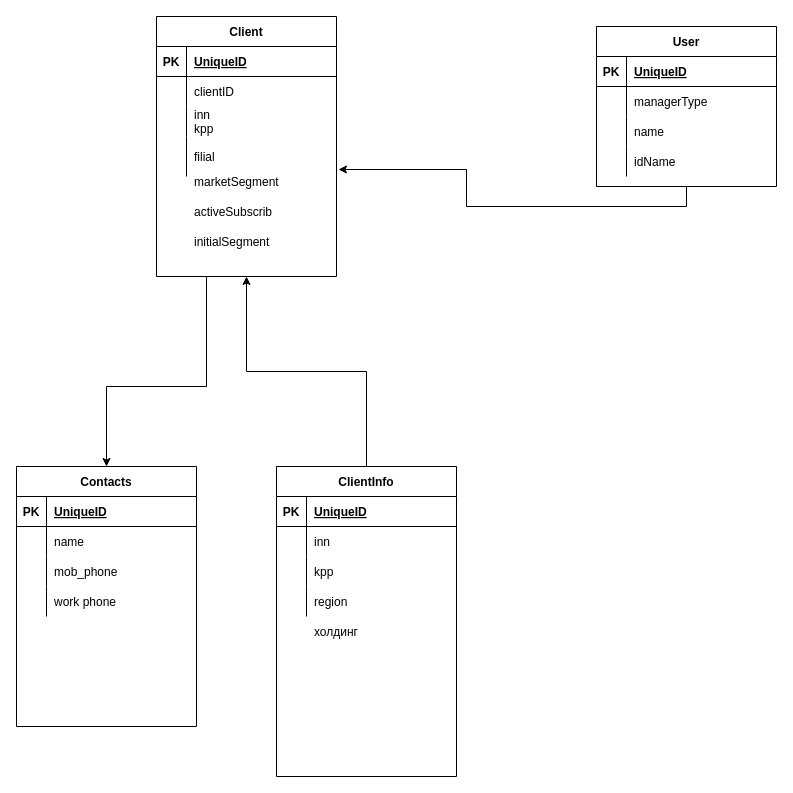
The draw.io diagram Untitled Diagram.drawio in AndyReigan/Mercator, before the edit. Source tidied: cells renumbered, new cells numbered last; positions are measured from the earlier drawing's top-left corner, leaving out a move shared by most shapes. Both pictures are drawn from the tidied source at 100%, with x=0, y=0 at pixel (16, 16).
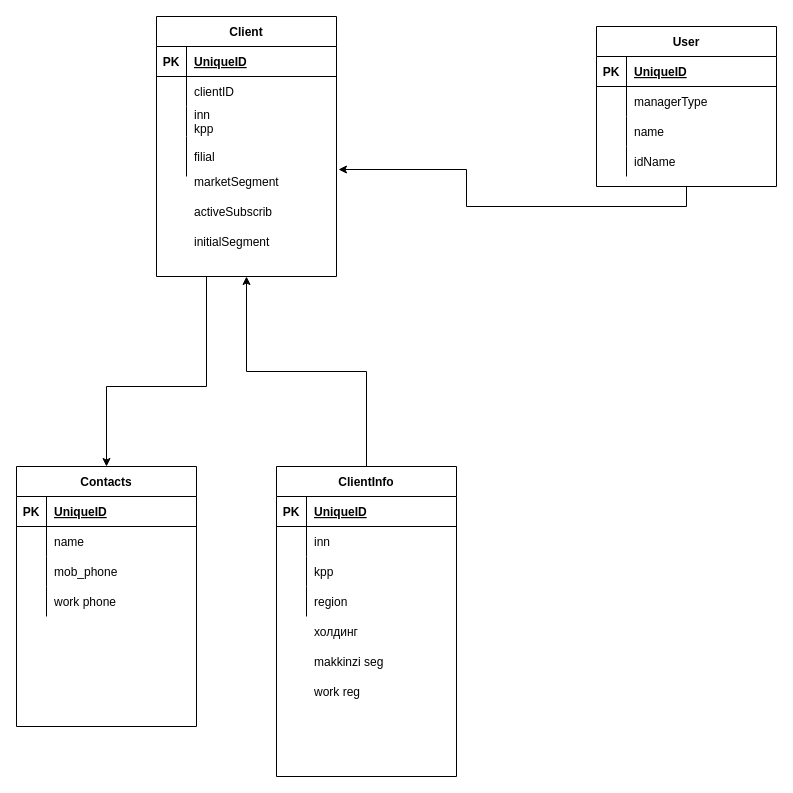
The same diagram, later.

Diff of the diagram source:
```diff
@@
+    <mxCell id="62" value="makkinzi seg" style="shape=partialRectangle;fillColor=none;top=0;left=0;bottom=0;right=0;align=left;spacingLeft=6;overflow=hidden;" parent="1" vertex="1">
+      <mxGeometry x="290" y="630" width="150" height="30" as="geometry" />
+    </mxCell>
+    <mxCell id="63" value="work reg" style="shape=partialRectangle;fillColor=none;top=0;left=0;bottom=0;right=0;align=left;spacingLeft=6;overflow=hidden;" parent="1" vertex="1">
+      <mxGeometry x="290" y="660" width="150" height="30" as="geometry" />
+    </mxCell>
```
